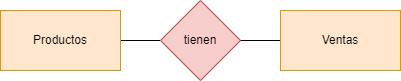
GermanOjeda/base-datos keeps this draw.io diagram as tarea 4 sqlite/tarea 4 diagrama ER.drawio.png. Above is the earlier version. Source tidied: cells renumbered, new cells last; positions are measured from the earlier drawing's top-left corner, leaving out a move shared by most shapes.
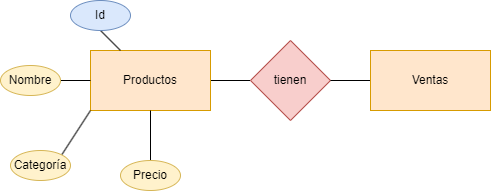
The same diagram one commit later.

Diff of the diagram source:
```diff
@@ -17,5 +17,29 @@
     <mxCell id="6" value="Ventas" style="rounded=0;whiteSpace=wrap;html=1;fillColor=#ffe6cc;strokeColor=#d79b00;" parent="1" vertex="1">
       <mxGeometry x="280" y="10" width="120" height="60" as="geometry" />
     </mxCell>
+    <mxCell id="7" style="rounded=0;jettySize=auto;html=1;exitX=0.5;exitY=1;exitDx=0;exitDy=0;entryX=0.25;entryY=0;entryDx=0;entryDy=0;endArrow=none;endFill=0;" parent="1" edge="1" source="8" target="3">
+      <mxGeometry relative="1" as="geometry" />
+    </mxCell>
+    <mxCell id="8" value="Id" style="ellipse;whiteSpace=wrap;html=1;fillColor=#dae8fc;strokeColor=#6c8ebf;" parent="1" vertex="1">
+      <mxGeometry x="-20" y="-40" width="60" height="30" as="geometry" />
+    </mxCell>
+    <mxCell id="9" style="rounded=0;jettySize=auto;html=1;exitX=1;exitY=0.5;exitDx=0;exitDy=0;entryX=0;entryY=0.5;entryDx=0;entryDy=0;endArrow=none;endFill=0;" parent="1" edge="1" source="10" target="3">
+      <mxGeometry relative="1" as="geometry" />
+    </mxCell>
+    <mxCell id="10" value="Nombre" style="ellipse;whiteSpace=wrap;html=1;fillColor=#fff2cc;strokeColor=#d6b656;" parent="1" vertex="1">
+      <mxGeometry x="-90" y="25" width="60" height="30" as="geometry" />
+    </mxCell>
+    <mxCell id="11" style="rounded=0;jettySize=auto;html=1;exitX=1;exitY=0;exitDx=0;exitDy=0;entryX=0;entryY=1;entryDx=0;entryDy=0;endArrow=none;endFill=0;" parent="1" edge="1" source="12" target="3">
+      <mxGeometry relative="1" as="geometry" />
+    </mxCell>
+    <mxCell id="12" value="Categoría" style="ellipse;whiteSpace=wrap;html=1;fillColor=#fff2cc;strokeColor=#d6b656;" parent="1" vertex="1">
+      <mxGeometry x="-80" y="110" width="60" height="30" as="geometry" />
+    </mxCell>
+    <mxCell id="13" style="rounded=0;jettySize=auto;html=1;exitX=0.5;exitY=0;exitDx=0;exitDy=0;entryX=0.5;entryY=1;entryDx=0;entryDy=0;endArrow=none;endFill=0;" parent="1" edge="1" source="14" target="3">
+      <mxGeometry relative="1" as="geometry" />
+    </mxCell>
+    <mxCell id="14" value="Precio" style="ellipse;whiteSpace=wrap;html=1;fillColor=#fff2cc;strokeColor=#d6b656;" parent="1" vertex="1">
+      <mxGeometry x="30" y="120" width="60" height="30" as="geometry" />
+    </mxCell>
   </root>
 </mxGraphModel>
```
